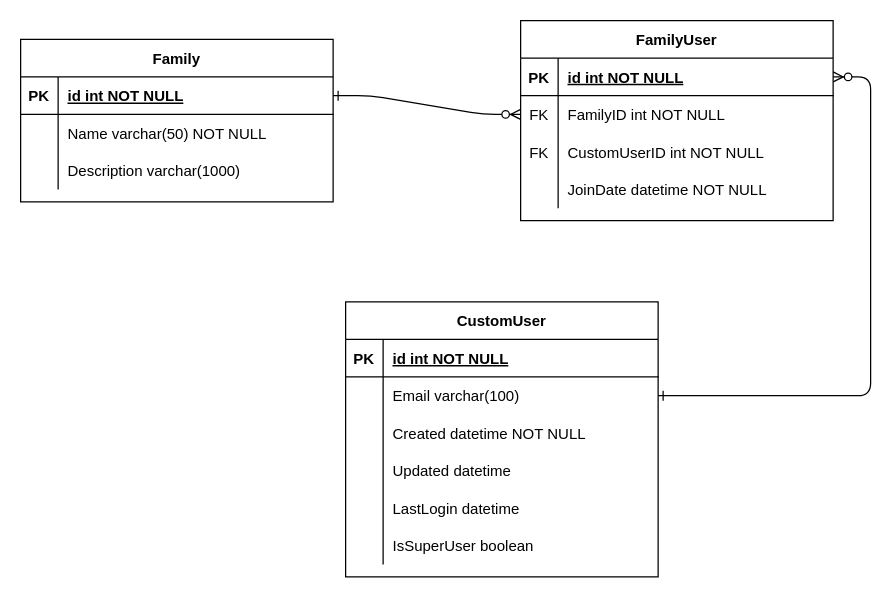
Above: documentation/erds/FamilyThingsERD.drawio in WimpieRatte/FamilyThings (draw.io), before the change. Source tidied: cells renumbered, new cells numbered last; positions are measured from the earlier drawing's top-left corner, leaving out a move shared by most shapes. Both pictures are drawn from the tidied source at 125%, with x=0, y=0 at pixel (20, 20).
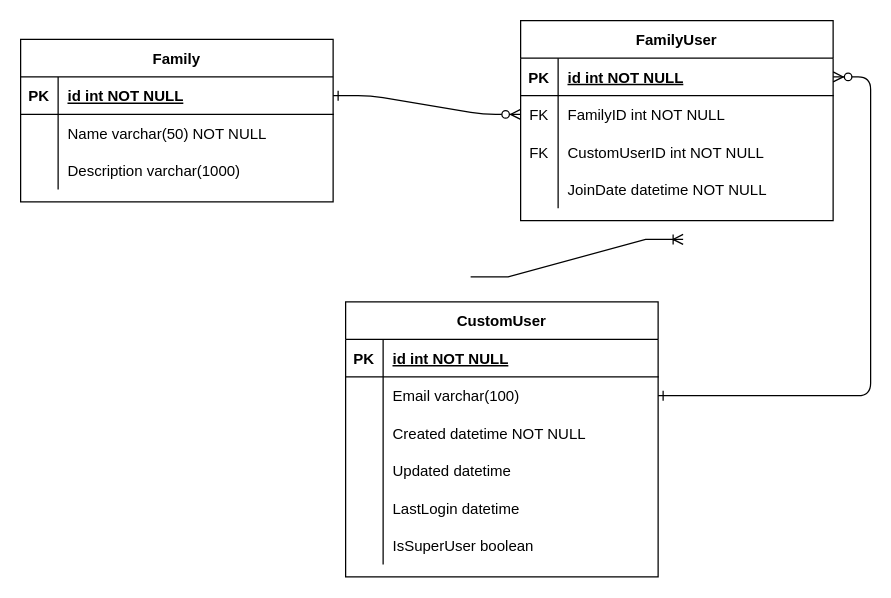
After the change.

What changed in the source:
```diff
@@
+    <mxCell id="46" style="edgeStyle=entityRelationEdgeStyle;fontSize=12;html=1;endArrow=ERoneToMany;rounded=0;" parent="1" edge="1">
+      <mxGeometry relative="1" as="geometry">
+        <mxPoint x="360" y="205" as="sourcePoint" />
+        <mxPoint x="530" y="175" as="targetPoint" />
+        <Array as="points">
+          <mxPoint x="490" y="105" />
+        </Array>
+      </mxGeometry>
+    </mxCell>
```
